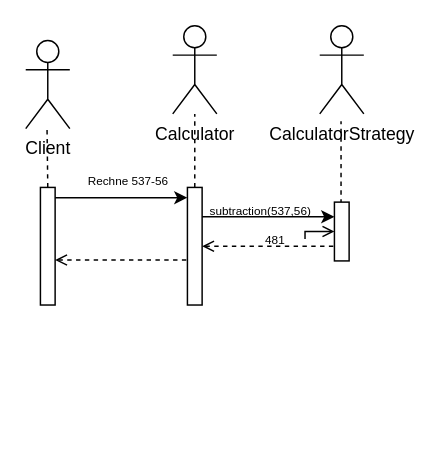
Earlier version of the draw.io diagram 3-Lehrjahr/UML/Sequenzdiagramme/002-taschenrechner.drawio (deanomus/SZUT). Source tidied: cells renumbered, new cells numbered last; positions are measured from the earlier drawing's top-left corner, leaving out a move shared by most shapes. Both pictures are drawn from the tidied source at 147%, with x=0, y=0 at pixel (25, 25).
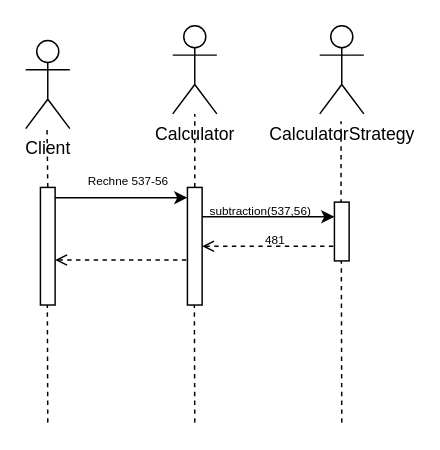
Above is the later version.

The change refers to these unchanged cells:
```xml
<mxCell id="13" style="rounded=0;whiteSpace=wrap;html=1;" parent="1" vertex="1">
  <mxGeometry x="210" y="120" width="10" height="40" as="geometry" />
</mxCell>
<mxCell id="17" value="&lt;font style=&quot;font-size: 8px&quot;&gt;481&lt;/font&gt;" style="text;html=1;strokeColor=none;fillColor=none;align=center;verticalAlign=middle;whiteSpace=wrap;rounded=0;" parent="1" vertex="1">
  <mxGeometry x="140" y="130" width="60" height="30" as="geometry" />
</mxCell>
```

The edit, as a diff of the source:
```diff
@@
-    <mxCell id="12" style="edgeStyle=orthogonalEdgeStyle;rounded=0;jettySize=auto;html=1;fontSize=8;startArrow=open;startFill=0;endArrow=none;endFill=0;" parent="1" edge="1" source="13" target="17">
-      <mxGeometry relative="1" as="geometry" />
-    </mxCell>
@@
+    <mxCell id="19" style="endArrow=none;dashed=1;html=1;rounded=0;" parent="1" edge="1">
+      <mxGeometry relative="1" as="geometry">
+        <mxPoint x="15" y="270" as="sourcePoint" />
+        <mxPoint x="14.7" y="190" as="targetPoint" />
+      </mxGeometry>
+    </mxCell>
+    <mxCell id="20" style="endArrow=none;dashed=1;html=1;rounded=0;" parent="1" edge="1">
+      <mxGeometry relative="1" as="geometry">
+        <mxPoint x="115" y="270" as="sourcePoint" />
+        <mxPoint x="114.7" y="190" as="targetPoint" />
+      </mxGeometry>
+    </mxCell>
+    <mxCell id="21" style="endArrow=none;dashed=1;html=1;rounded=0;" parent="1" edge="1">
+      <mxGeometry relative="1" as="geometry">
+        <mxPoint x="215" y="270" as="sourcePoint" />
+        <mxPoint x="214.7" y="160" as="targetPoint" />
+      </mxGeometry>
+    </mxCell>
```
